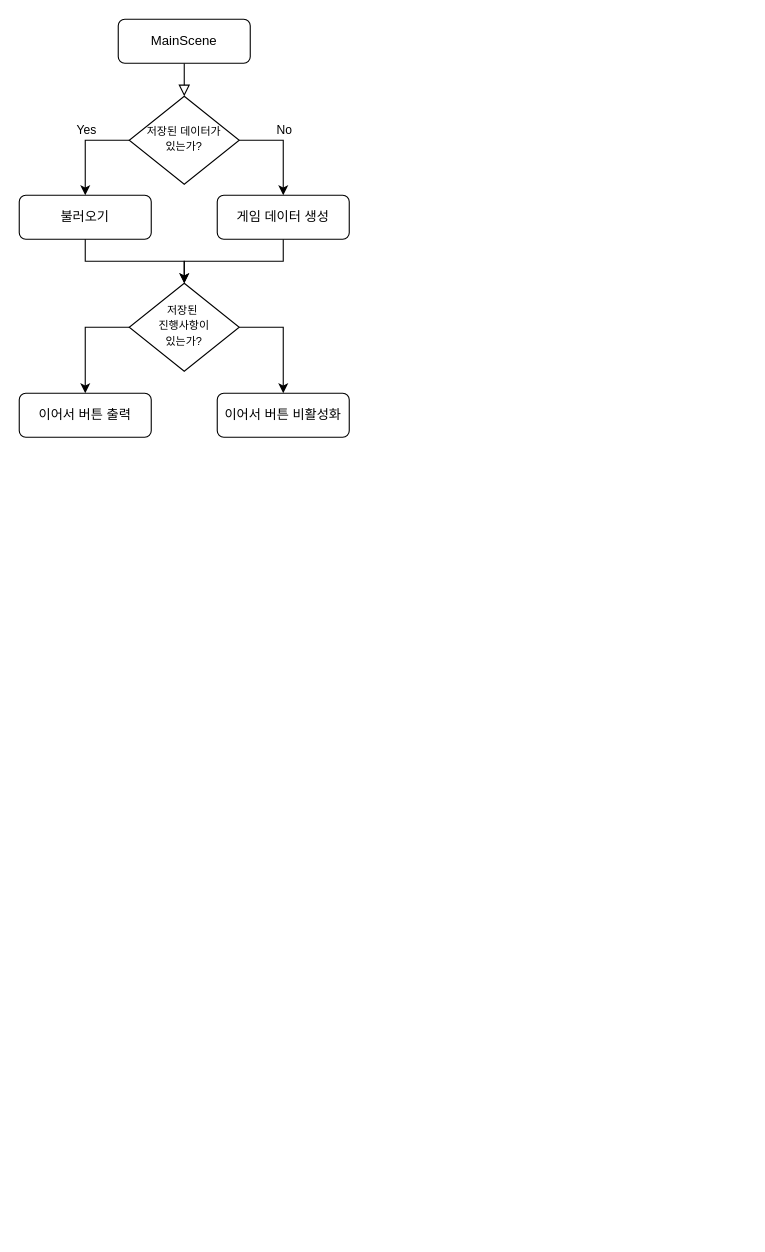
Before: FlowChart_SANABI.drawio in FavorKim/Unity2D_ProjectS, a draw.io diagram. Source tidied: cells renumbered, new cells numbered last; positions are measured from the earlier drawing's top-left corner, leaving out a move shared by most shapes. Both pictures are drawn from the tidied source at 110%, with x=0, y=0 at pixel (19, 19).
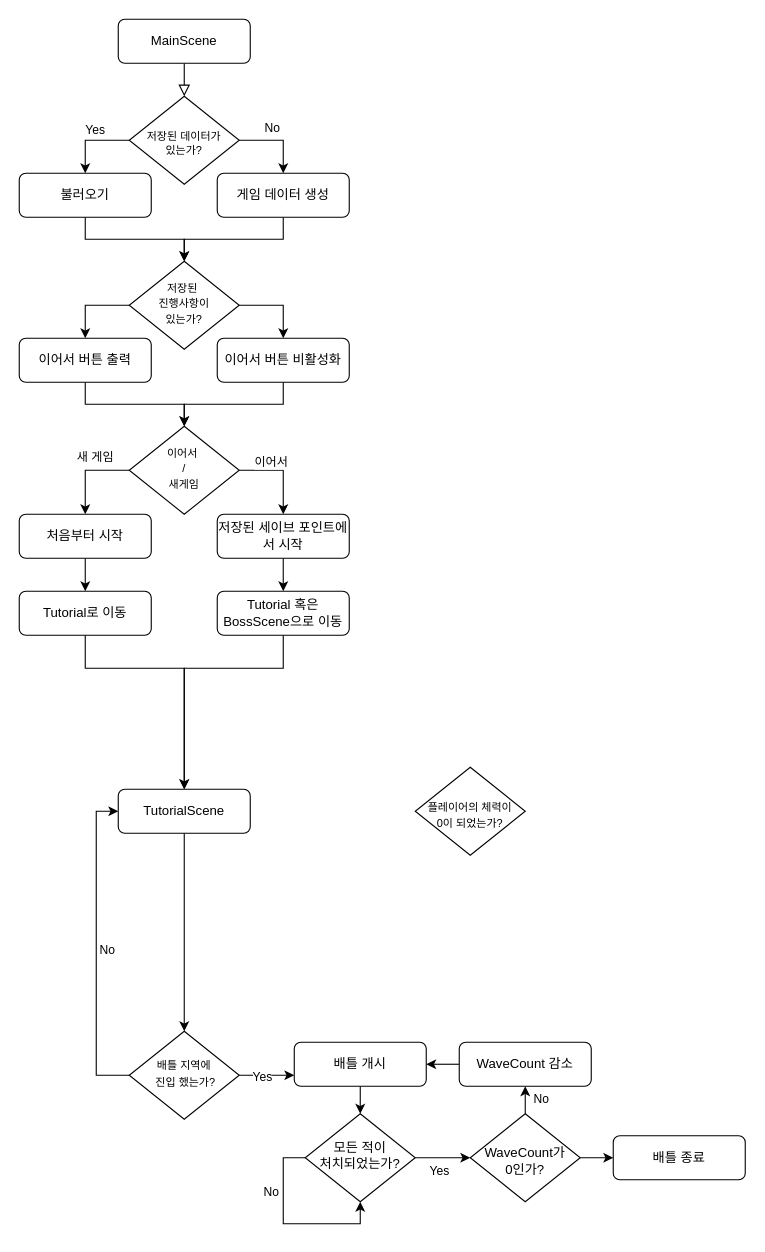
Above is the later version.

The edit, as a diff of the source:
```diff
@@
-    <mxCell id="8" value="&lt;font style=&quot;font-size: 10px;&quot;&gt;저장된 데이터가&lt;/font&gt;&lt;div style=&quot;font-size: 10px;&quot;&gt;&lt;font style=&quot;font-size: 10px;&quot;&gt;있는가?&lt;/font&gt;&lt;/div&gt;" style="rhombus;whiteSpace=wrap;html=1;shadow=0;fontFamily=Helvetica;fontSize=12;align=center;strokeWidth=1;spacing=6;spacingTop=-4;verticalAlign=middle;horizontal=1;labelPosition=center;verticalLabelPosition=middle;" parent="1" vertex="1">
+    <mxCell id="8" value="&lt;font style=&quot;font-size: 10px;&quot;&gt;저장된 데이터가&lt;/font&gt;&lt;div style=&quot;font-size: 10px;&quot;&gt;&lt;font style=&quot;font-size: 10px;&quot;&gt;있는가?&lt;/font&gt;&lt;/div&gt;" style="rhombus;whiteSpace=wrap;html=1;shadow=0;fontFamily=Helvetica;fontSize=12;align=center;strokeWidth=1;spacing=6;spacingTop=4;verticalAlign=middle;horizontal=1;labelPosition=center;verticalLabelPosition=middle;" parent="1" vertex="1">
       <mxGeometry x="100" y="70" width="100" height="80" as="geometry" />
     </mxCell>
@@
     <mxCell id="10" value="게임 데이터 생성" style="rounded=1;whiteSpace=wrap;html=1;fontSize=12;glass=0;strokeWidth=1;shadow=0;" parent="1" vertex="1">
-      <mxGeometry x="180" y="160" width="120" height="40" as="geometry" />
+      <mxGeometry x="180" y="140" width="120" height="40" as="geometry" />
     </mxCell>
     <mxCell id="11" value="불러오기" style="rounded=1;whiteSpace=wrap;html=1;fontSize=12;glass=0;strokeWidth=1;shadow=0;" parent="1" vertex="1">
-      <mxGeometry y="160" width="120" height="40" as="geometry" />
+      <mxGeometry y="140" width="120" height="40" as="geometry" />
     </mxCell>
@@
     <mxCell id="14" value="&lt;span style=&quot;font-size: 10px;&quot;&gt;저장된&amp;nbsp;&lt;/span&gt;&lt;div&gt;&lt;span style=&quot;font-size: 10px;&quot;&gt;진행사항이&lt;/span&gt;&lt;div&gt;&lt;span style=&quot;font-size: 10px;&quot;&gt;있는가?&lt;/span&gt;&lt;/div&gt;&lt;/div&gt;" style="rhombus;whiteSpace=wrap;html=1;shadow=0;fontFamily=Helvetica;fontSize=12;align=center;strokeWidth=1;spacing=6;spacingTop=-4;verticalAlign=middle;horizontal=1;labelPosition=center;verticalLabelPosition=middle;" parent="1" vertex="1">
-      <mxGeometry x="100" y="240" width="100" height="80" as="geometry" />
+      <mxGeometry x="100" y="220" width="100" height="80" as="geometry" />
     </mxCell>
@@
+    <mxCell id="18" style="edgeStyle=orthogonalEdgeStyle;rounded=0;jettySize=auto;html=1;" parent="1" edge="1" source="16" target="24">
+      <mxGeometry relative="1" as="geometry" />
+    </mxCell>
     <mxCell id="16" value="이어서 버튼 비활성화" style="rounded=1;whiteSpace=wrap;html=1;fontSize=12;glass=0;strokeWidth=1;shadow=0;" parent="1" vertex="1">
-      <mxGeometry x="180" y="340" width="120" height="40" as="geometry" />
+      <mxGeometry x="180" y="290" width="120" height="40" as="geometry" />
     </mxCell>
+    <mxCell id="19" style="edgeStyle=orthogonalEdgeStyle;rounded=0;jettySize=auto;html=1;entryX=0.5;entryY=0;entryDx=0;entryDy=0;" parent="1" edge="1" source="17" target="24">
+      <mxGeometry relative="1" as="geometry" />
+    </mxCell>
     <mxCell id="17" value="이어서 버튼 출력" style="rounded=1;whiteSpace=wrap;html=1;fontSize=12;glass=0;strokeWidth=1;shadow=0;" parent="1" vertex="1">
-      <mxGeometry y="340" width="120" height="40" as="geometry" />
+      <mxGeometry y="290" width="120" height="40" as="geometry" />
     </mxCell>
+    <mxCell id="20" style="edgeStyle=orthogonalEdgeStyle;rounded=0;jettySize=auto;html=1;exitX=0;exitY=0.5;exitDx=0;exitDy=0;" parent="1" edge="1" source="24" target="26">
+      <mxGeometry relative="1" as="geometry" />
+    </mxCell>
+    <mxCell id="21" value="새 게임" style="edgeLabel;html=1;align=center;verticalAlign=middle;" parent="20" vertex="1">
+      <mxGeometry x="-0.2" y="1" relative="1" as="geometry">
+        <mxPoint y="-14" as="offset" />
+      </mxGeometry>
+    </mxCell>
+    <mxCell id="22" style="edgeStyle=orthogonalEdgeStyle;rounded=0;jettySize=auto;html=1;exitX=1;exitY=0.5;exitDx=0;exitDy=0;" parent="1" edge="1" source="24" target="28">
+      <mxGeometry relative="1" as="geometry" />
+    </mxCell>
+    <mxCell id="23" value="이어서" style="edgeLabel;html=1;align=center;verticalAlign=middle;" parent="22" vertex="1">
+      <mxGeometry x="-0.32" relative="1" as="geometry">
+        <mxPoint x="1" y="-8" as="offset" />
+      </mxGeometry>
+    </mxCell>
+    <mxCell id="24" value="&lt;span style=&quot;font-size: 10px;&quot;&gt;이어서&amp;nbsp;&lt;/span&gt;&lt;div&gt;&lt;span style=&quot;font-size: 10px;&quot;&gt;/&lt;/span&gt;&lt;/div&gt;&lt;div&gt;&lt;span style=&quot;font-size: 10px;&quot;&gt;새게임&lt;/span&gt;&lt;/div&gt;" style="rhombus;whiteSpace=wrap;html=1;shadow=0;fontFamily=Helvetica;fontSize=12;align=center;strokeWidth=1;spacing=6;spacingTop=-4;verticalAlign=middle;horizontal=1;labelPosition=center;verticalLabelPosition=middle;" parent="1" vertex="1">
+      <mxGeometry x="100" y="370" width="100" height="80" as="geometry" />
+    </mxCell>
+    <mxCell id="25" style="edgeStyle=orthogonalEdgeStyle;rounded=0;jettySize=auto;html=1;" parent="1" edge="1" source="26" target="33">
+      <mxGeometry relative="1" as="geometry" />
+    </mxCell>
+    <mxCell id="26" value="처음부터 시작" style="rounded=1;whiteSpace=wrap;html=1;fontSize=12;glass=0;strokeWidth=1;shadow=0;" parent="1" vertex="1">
+      <mxGeometry y="450" width="120" height="40" as="geometry" />
+    </mxCell>
+    <mxCell id="27" style="edgeStyle=orthogonalEdgeStyle;rounded=0;jettySize=auto;html=1;exitX=0.5;exitY=1;exitDx=0;exitDy=0;entryX=0.5;entryY=0;entryDx=0;entryDy=0;" parent="1" edge="1" source="28" target="32">
+      <mxGeometry relative="1" as="geometry" />
+    </mxCell>
+    <mxCell id="28" value="저장된 세이브 포인트에서 시작" style="rounded=1;whiteSpace=wrap;html=1;fontSize=12;glass=0;strokeWidth=1;shadow=0;" parent="1" vertex="1">
+      <mxGeometry x="180" y="450" width="120" height="40" as="geometry" />
+    </mxCell>
+    <mxCell id="29" style="edgeStyle=orthogonalEdgeStyle;rounded=0;jettySize=auto;html=1;" parent="1" edge="1" source="30" target="38">
+      <mxGeometry relative="1" as="geometry" />
+    </mxCell>
+    <mxCell id="30" value="TutorialScene" style="rounded=1;whiteSpace=wrap;html=1;fontSize=12;glass=0;strokeWidth=1;shadow=0;" parent="1" vertex="1">
+      <mxGeometry x="90" y="700" width="120" height="40" as="geometry" />
+    </mxCell>
+    <mxCell id="31" style="edgeStyle=orthogonalEdgeStyle;rounded=0;jettySize=auto;html=1;" parent="1" edge="1" source="32" target="30">
+      <mxGeometry relative="1" as="geometry">
+        <Array as="points">
+          <mxPoint x="240" y="590" />
+          <mxPoint x="150" y="590" />
+        </Array>
+      </mxGeometry>
+    </mxCell>
+    <mxCell id="32" value="Tutorial 혹은&lt;div&gt;BossScene으로 이동&lt;/div&gt;" style="rounded=1;whiteSpace=wrap;html=1;fontSize=12;glass=0;strokeWidth=1;shadow=0;" parent="1" vertex="1">
+      <mxGeometry x="180" y="520" width="120" height="40" as="geometry" />
+    </mxCell>
+    <mxCell id="33" value="Tutorial로 이동" style="rounded=1;whiteSpace=wrap;html=1;fontSize=12;glass=0;strokeWidth=1;shadow=0;" parent="1" vertex="1">
+      <mxGeometry y="520" width="120" height="40" as="geometry" />
+    </mxCell>
+    <mxCell id="34" style="edgeStyle=orthogonalEdgeStyle;rounded=0;jettySize=auto;html=1;entryX=0;entryY=0.75;entryDx=0;entryDy=0;exitX=1;exitY=0.5;exitDx=0;exitDy=0;" parent="1" edge="1" source="38" target="41">
+      <mxGeometry relative="1" as="geometry" />
+    </mxCell>
+    <mxCell id="35" value="Yes" style="edgeLabel;html=1;align=center;verticalAlign=middle;" parent="34" vertex="1">
+      <mxGeometry x="-0.48" y="3" relative="1" as="geometry">
+        <mxPoint x="7" y="4" as="offset" />
+      </mxGeometry>
+    </mxCell>
+    <mxCell id="36" style="edgeStyle=orthogonalEdgeStyle;rounded=0;jettySize=auto;html=1;exitX=0;exitY=0.5;exitDx=0;exitDy=0;entryX=0;entryY=0.5;entryDx=0;entryDy=0;" parent="1" edge="1" source="38" target="30">
+      <mxGeometry relative="1" as="geometry" />
+    </mxCell>
+    <mxCell id="37" value="No" style="edgeLabel;html=1;align=center;verticalAlign=middle;" parent="36" vertex="1">
+      <mxGeometry y="-2" relative="1" as="geometry">
+        <mxPoint x="7" as="offset" />
+      </mxGeometry>
+    </mxCell>
+    <mxCell id="38" value="&lt;span style=&quot;font-size: 10px;&quot;&gt;배틀 지역에&lt;/span&gt;&lt;div&gt;&lt;span style=&quot;font-size: 10px;&quot;&gt;&amp;nbsp;진입 했는가?&lt;/span&gt;&lt;/div&gt;" style="rhombus;whiteSpace=wrap;html=1;shadow=0;fontFamily=Helvetica;fontSize=12;align=center;strokeWidth=1;spacing=6;spacingTop=-4;verticalAlign=middle;horizontal=1;labelPosition=center;verticalLabelPosition=middle;" parent="1" vertex="1">
+      <mxGeometry x="100" y="920" width="100" height="80" as="geometry" />
+    </mxCell>
+    <mxCell id="39" style="edgeStyle=orthogonalEdgeStyle;rounded=0;jettySize=auto;html=1;entryX=0.5;entryY=0;entryDx=0;entryDy=0;" parent="1" edge="1" source="33" target="30">
+      <mxGeometry relative="1" as="geometry">
+        <Array as="points">
+          <mxPoint x="60" y="590" />
+          <mxPoint x="150" y="590" />
+        </Array>
+      </mxGeometry>
+    </mxCell>
+    <mxCell id="40" style="edgeStyle=orthogonalEdgeStyle;rounded=0;jettySize=auto;html=1;" parent="1" edge="1" source="41" target="44">
+      <mxGeometry relative="1" as="geometry" />
+    </mxCell>
+    <mxCell id="41" value="배틀 개시" style="rounded=1;whiteSpace=wrap;html=1;fontSize=12;glass=0;strokeWidth=1;shadow=0;" parent="1" vertex="1">
+      <mxGeometry x="250" y="930" width="120" height="40" as="geometry" />
+    </mxCell>
+    <mxCell id="42" style="edgeStyle=orthogonalEdgeStyle;rounded=0;jettySize=auto;html=1;exitX=1;exitY=0.5;exitDx=0;exitDy=0;entryX=0;entryY=0.5;entryDx=0;entryDy=0;" parent="1" edge="1" source="44" target="50">
+      <mxGeometry relative="1" as="geometry" />
+    </mxCell>
+    <mxCell id="43" value="Yes" style="edgeLabel;html=1;align=center;verticalAlign=middle;" parent="42" vertex="1">
+      <mxGeometry x="0.44" y="2" relative="1" as="geometry">
+        <mxPoint x="-15" y="13" as="offset" />
+      </mxGeometry>
+    </mxCell>
+    <mxCell id="44" value="모든 적이&lt;div&gt;처치되었는가?&lt;/div&gt;" style="rhombus;whiteSpace=wrap;html=1;shadow=0;fontFamily=Helvetica;fontSize=12;align=center;strokeWidth=1;spacing=6;spacingTop=-4;verticalAlign=middle;horizontal=1;labelPosition=center;verticalLabelPosition=middle;" parent="1" vertex="1">
+      <mxGeometry x="260" y="995" width="100" height="80" as="geometry" />
+    </mxCell>
+    <mxCell id="45" style="edgeStyle=orthogonalEdgeStyle;rounded=0;orthogonalLoop=1;jettySize=auto;html=1;exitX=0;exitY=0.5;exitDx=0;exitDy=0;" parent="1" edge="1" source="44" target="44">
+      <mxGeometry relative="1" as="geometry" />
+    </mxCell>
+    <mxCell id="46" value="No" style="edgeLabel;html=1;align=center;verticalAlign=middle;" parent="45" vertex="1">
+      <mxGeometry x="-0.33" y="1" relative="1" as="geometry">
+        <mxPoint x="-13" y="-7" as="offset" />
+      </mxGeometry>
+    </mxCell>
+    <mxCell id="47" style="edgeStyle=orthogonalEdgeStyle;rounded=0;jettySize=auto;html=1;exitX=0.5;exitY=0;exitDx=0;exitDy=0;entryX=0.5;entryY=1;entryDx=0;entryDy=0;" parent="1" edge="1" source="50" target="52">
+      <mxGeometry relative="1" as="geometry" />
+    </mxCell>
+    <mxCell id="48" value="&amp;nbsp;No" style="edgeLabel;html=1;align=center;verticalAlign=middle;" parent="47" vertex="1">
+      <mxGeometry x="-0.22" y="-4" relative="1" as="geometry">
+        <mxPoint x="8" y="-4" as="offset" />
+      </mxGeometry>
+    </mxCell>
+    <mxCell id="49" style="edgeStyle=orthogonalEdgeStyle;rounded=0;jettySize=auto;html=1;exitX=1;exitY=0.5;exitDx=0;exitDy=0;" parent="1" edge="1" source="50" target="53">
+      <mxGeometry relative="1" as="geometry" />
+    </mxCell>
+    <mxCell id="50" value="WaveCount가&lt;div&gt;0인가?&lt;/div&gt;" style="rhombus;whiteSpace=wrap;html=1;shadow=0;fontFamily=Helvetica;fontSize=12;align=center;strokeWidth=1;spacing=6;spacingTop=6;verticalAlign=middle;horizontal=1;labelPosition=center;verticalLabelPosition=middle;" parent="1" vertex="1">
+      <mxGeometry x="410" y="995" width="100" height="80" as="geometry" />
+    </mxCell>
+    <mxCell id="51" style="edgeStyle=orthogonalEdgeStyle;rounded=0;jettySize=auto;html=1;exitX=0;exitY=0.5;exitDx=0;exitDy=0;entryX=1;entryY=0.5;entryDx=0;entryDy=0;" parent="1" edge="1" source="52" target="41">
+      <mxGeometry relative="1" as="geometry" />
+    </mxCell>
+    <mxCell id="52" value="WaveCount 감소" style="rounded=1;whiteSpace=wrap;html=1;fontSize=12;glass=0;strokeWidth=1;shadow=0;" parent="1" vertex="1">
+      <mxGeometry x="400" y="930" width="120" height="40" as="geometry" />
+    </mxCell>
+    <mxCell id="53" value="배틀 종료" style="rounded=1;whiteSpace=wrap;html=1;fontSize=12;glass=0;strokeWidth=1;shadow=0;" parent="1" vertex="1">
+      <mxGeometry x="540" y="1015" width="120" height="40" as="geometry" />
+    </mxCell>
+    <mxCell id="54" value="&lt;span style=&quot;font-size: 10px;&quot;&gt;플레이어의 체력이&lt;/span&gt;&lt;div&gt;&lt;span style=&quot;font-size: 10px;&quot;&gt;0이 되었는가?&lt;/span&gt;&lt;/div&gt;" style="rhombus;whiteSpace=wrap;html=1;shadow=0;fontFamily=Helvetica;fontSize=12;align=center;strokeWidth=1;spacing=6;spacingTop=6;verticalAlign=middle;horizontal=1;labelPosition=center;verticalLabelPosition=middle;" parent="1" vertex="1">
+      <mxGeometry x="360" y="680" width="100" height="80" as="geometry" />
+    </mxCell>
```
